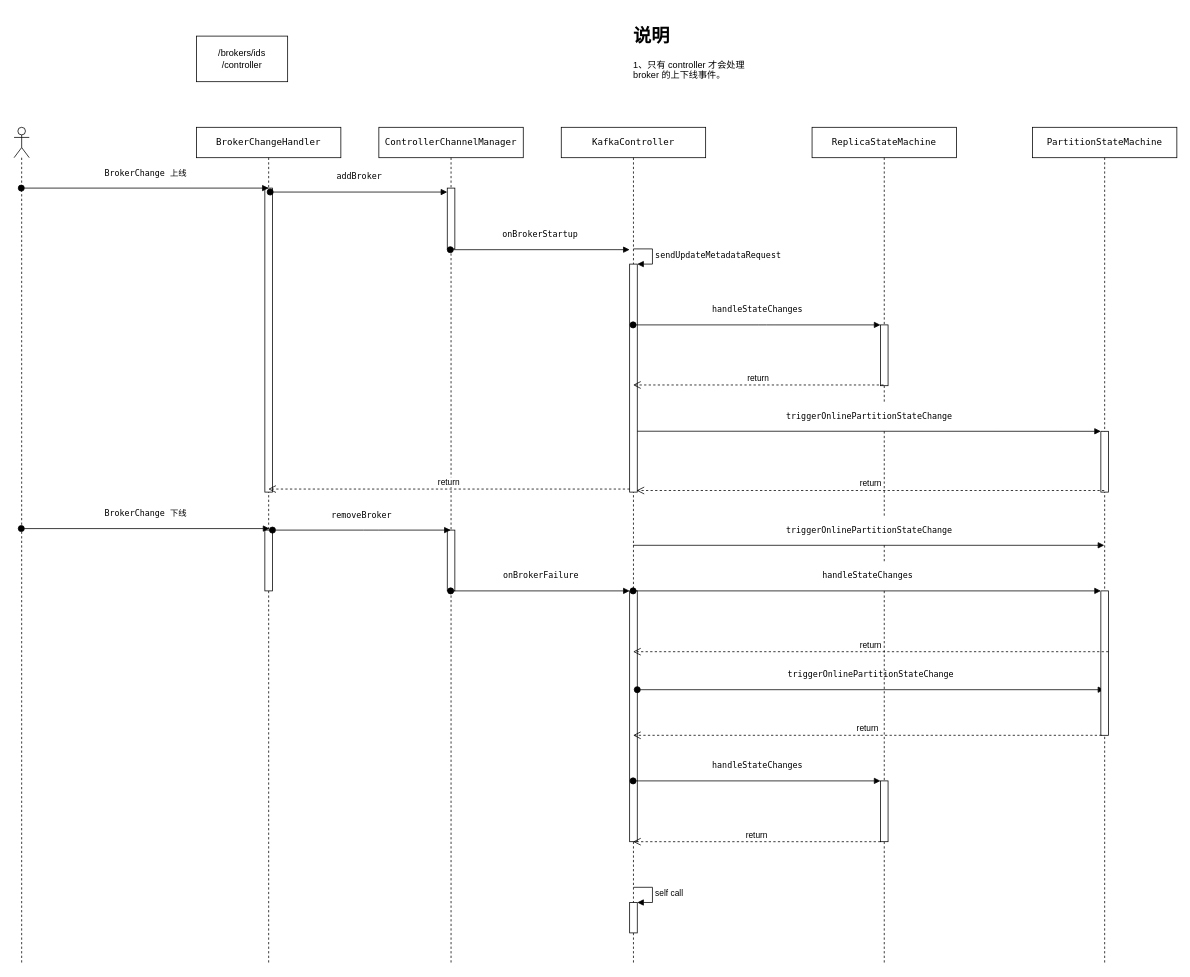
This is page "Broker 上下线" (4 of 4) of kafka_controller.drawio from chuyuqiao/gogogo, a draw.io file, before an edit. Source tidied: cells renumbered, new cells numbered last; positions are measured from the earlier drawing's top-left corner, leaving out a move shared by most shapes. Both pictures are drawn from the tidied source at 76%, with x=0, y=0 at pixel (14, 21).
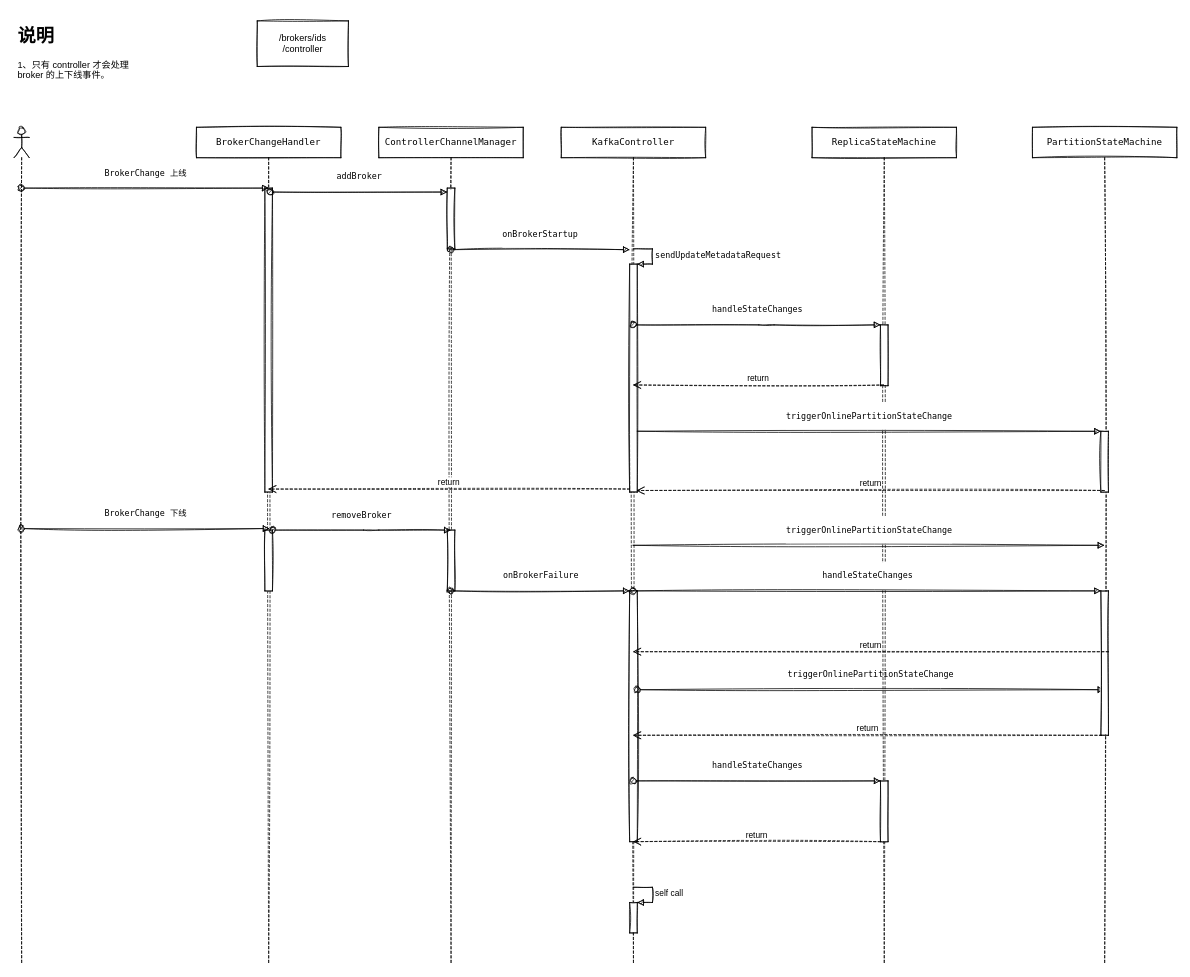
The same page after the edit.

The edit, as a diff of the source:
```diff
@@
-    <mxCell id="2" value="/brokers/ids&lt;br&gt;/controller" style="rounded=0;whiteSpace=wrap;html=1;" parent="1" vertex="1">
-      <mxGeometry x="240" y="20" width="120" height="60" as="geometry" />
+    <mxCell id="2" value="/brokers/ids&lt;br&gt;/controller" style="rounded=0;whiteSpace=wrap;html=1;sketch=1;" parent="1" vertex="1">
+      <mxGeometry x="320" width="120" height="60" as="geometry" />
     </mxCell>
-    <mxCell id="3" value="&lt;h1&gt;说明&lt;/h1&gt;&lt;p&gt;1、只有 controller 才会处理 broker 的上下线事件。&lt;/p&gt;" style="text;html=1;strokeColor=none;fillColor=none;spacing=5;spacingTop=-20;whiteSpace=wrap;overflow=hidden;rounded=0;" parent="1" vertex="1">
-      <mxGeometry x="810" width="190" height="120" as="geometry" />
+    <mxCell id="3" value="&lt;h1&gt;说明&lt;/h1&gt;&lt;p&gt;1、只有 controller 才会处理 broker 的上下线事件。&lt;/p&gt;" style="text;html=1;strokeColor=none;fillColor=none;spacing=5;spacingTop=-20;whiteSpace=wrap;overflow=hidden;rounded=0;sketch=1;" parent="1" vertex="1">
+      <mxGeometry width="190" height="120" as="geometry" />
     </mxCell>
-    <mxCell id="4" value="&lt;span style=&quot;background-color: rgb(255 , 255 , 255) ; font-family: &amp;#34;menlo&amp;#34;&quot;&gt;ControllerChannelManager&lt;/span&gt;" style="shape=umlLifeline;perimeter=lifelinePerimeter;whiteSpace=wrap;html=1;outlineConnect=0;sketch=0;" parent="1" vertex="1">
+    <mxCell id="4" value="&lt;span style=&quot;background-color: rgb(255 , 255 , 255) ; font-family: &amp;#34;menlo&amp;#34;&quot;&gt;ControllerChannelManager&lt;/span&gt;" style="shape=umlLifeline;perimeter=lifelinePerimeter;whiteSpace=wrap;html=1;outlineConnect=0;sketch=1;" parent="1" vertex="1">
       <mxGeometry x="480" y="140" width="190" height="1100" as="geometry" />
     </mxCell>
-    <mxCell id="5" value="&lt;pre style=&quot;background-color: rgb(255 , 255 , 255) ; font-family: &amp;#34;menlo&amp;#34;&quot;&gt;&lt;br&gt;&lt;/pre&gt;" style="html=1;points=[];perimeter=orthogonalPerimeter;sketch=0;" parent="4" vertex="1">
+    <mxCell id="5" value="&lt;pre style=&quot;background-color: rgb(255 , 255 , 255) ; font-family: &amp;#34;menlo&amp;#34;&quot;&gt;&lt;br&gt;&lt;/pre&gt;" style="html=1;points=[];perimeter=orthogonalPerimeter;sketch=1;" parent="4" vertex="1">
       <mxGeometry x="90" y="80" width="10" height="80" as="geometry" />
     </mxCell>
-    <mxCell id="6" style="html=1;perimeter=orthogonalPerimeter;" parent="4" vertex="1">
+    <mxCell id="6" style="html=1;perimeter=orthogonalPerimeter;sketch=1;" parent="4" vertex="1">
       <mxGeometry x="90" y="530" width="10" height="80" as="geometry" />
     </mxCell>
-    <mxCell id="7" value="&lt;pre style=&quot;background-color: rgb(255 , 255 , 255) ; font-family: &amp;#34;menlo&amp;#34;&quot;&gt;BrokerChangeHandler&lt;/pre&gt;" style="shape=umlLifeline;perimeter=lifelinePerimeter;whiteSpace=wrap;html=1;outlineConnect=0;sketch=0;" parent="1" vertex="1">
+    <mxCell id="7" value="&lt;pre style=&quot;background-color: rgb(255 , 255 , 255) ; font-family: &amp;#34;menlo&amp;#34;&quot;&gt;BrokerChangeHandler&lt;/pre&gt;" style="shape=umlLifeline;perimeter=lifelinePerimeter;whiteSpace=wrap;html=1;outlineConnect=0;sketch=1;" parent="1" vertex="1">
       <mxGeometry x="240" y="140" width="190" height="1100" as="geometry" />
     </mxCell>
-    <mxCell id="8" style="html=1;points=[];perimeter=orthogonalPerimeter;sketch=0;" parent="7" vertex="1">
+    <mxCell id="8" style="html=1;points=[];perimeter=orthogonalPerimeter;sketch=1;" parent="7" vertex="1">
       <mxGeometry x="90" y="80" width="10" height="400" as="geometry" />
     </mxCell>
-    <mxCell id="9" style="html=1;points=[];perimeter=orthogonalPerimeter;" parent="7" vertex="1">
+    <mxCell id="9" style="html=1;points=[];perimeter=orthogonalPerimeter;sketch=1;" parent="7" vertex="1">
       <mxGeometry x="90" y="530" width="10" height="80" as="geometry" />
     </mxCell>
-    <mxCell id="10" value="&lt;pre&gt;&lt;pre style=&quot;font-family: &amp;#34;menlo&amp;#34;&quot;&gt;addBroker&lt;/pre&gt;&lt;/pre&gt;" style="html=1;verticalAlign=bottom;startArrow=oval;endArrow=block;startSize=8;exitX=0.7;exitY=0.013;exitDx=0;exitDy=0;exitPerimeter=0;sketch=0;" parent="1" edge="1" source="8" target="5">
+    <mxCell id="10" value="&lt;pre&gt;&lt;pre style=&quot;font-family: &amp;#34;menlo&amp;#34;&quot;&gt;addBroker&lt;/pre&gt;&lt;/pre&gt;" style="html=1;verticalAlign=bottom;startArrow=oval;endArrow=block;startSize=8;exitX=0.7;exitY=0.013;exitDx=0;exitDy=0;exitPerimeter=0;sketch=1;" parent="1" edge="1" source="8" target="5">
       <mxGeometry relative="1" as="geometry" />
     </mxCell>
-    <mxCell id="11" value="&lt;span style=&quot;background-color: rgb(255 , 255 , 255) ; font-family: &amp;#34;menlo&amp;#34;&quot;&gt;KafkaController&lt;/span&gt;" style="shape=umlLifeline;perimeter=lifelinePerimeter;whiteSpace=wrap;html=1;outlineConnect=0;sketch=0;" parent="1" vertex="1">
+    <mxCell id="11" value="&lt;span style=&quot;background-color: rgb(255 , 255 , 255) ; font-family: &amp;#34;menlo&amp;#34;&quot;&gt;KafkaController&lt;/span&gt;" style="shape=umlLifeline;perimeter=lifelinePerimeter;whiteSpace=wrap;html=1;outlineConnect=0;sketch=1;" parent="1" vertex="1">
       <mxGeometry x="720" y="140" width="190" height="1100" as="geometry" />
     </mxCell>
-    <mxCell id="12" style="html=1;points=[];perimeter=orthogonalPerimeter;sketch=0;" parent="11" vertex="1">
+    <mxCell id="12" style="html=1;points=[];perimeter=orthogonalPerimeter;sketch=1;" parent="11" vertex="1">
       <mxGeometry x="90" y="180" width="10" height="300" as="geometry" />
     </mxCell>
-    <mxCell id="13" value="&lt;pre style=&quot;font-family: &amp;#34;menlo&amp;#34;&quot;&gt;sendUpdateMetadataRequest&lt;/pre&gt;" style="edgeStyle=orthogonalEdgeStyle;html=1;align=left;spacingLeft=2;endArrow=block;rounded=0;entryX=1;entryY=0;sketch=0;" parent="11" edge="1" target="12">
+    <mxCell id="13" value="&lt;pre style=&quot;font-family: &amp;#34;menlo&amp;#34;&quot;&gt;sendUpdateMetadataRequest&lt;/pre&gt;" style="edgeStyle=orthogonalEdgeStyle;html=1;align=left;spacingLeft=2;endArrow=block;rounded=0;entryX=1;entryY=0;sketch=1;" parent="11" edge="1" target="12">
       <mxGeometry relative="1" as="geometry">
         <mxPoint x="95" y="160" as="sourcePoint" />
         <Array as="points">
           <mxPoint x="120" y="160" />
         </Array>
       </mxGeometry>
     </mxCell>
-    <mxCell id="14" style="html=1;points=[];perimeter=orthogonalPerimeter;" parent="11" vertex="1">
+    <mxCell id="14" style="html=1;points=[];perimeter=orthogonalPerimeter;sketch=1;" parent="11" vertex="1">
       <mxGeometry x="90" y="610" width="10" height="330" as="geometry" />
     </mxCell>
-    <mxCell id="15" value="&lt;pre style=&quot;font-family: &amp;#34;menlo&amp;#34;&quot;&gt;triggerOnlinePartitionStateChange&lt;/pre&gt;" style="html=1;verticalAlign=bottom;startArrow=oval;startFill=1;endArrow=block;startSize=8;" parent="11" edge="1" target="23">
+    <mxCell id="15" value="&lt;pre style=&quot;font-family: &amp;#34;menlo&amp;#34;&quot;&gt;triggerOnlinePartitionStateChange&lt;/pre&gt;" style="html=1;verticalAlign=bottom;startArrow=oval;startFill=1;endArrow=block;startSize=8;sketch=1;" parent="11" edge="1" target="23">
       <mxGeometry relative="1" as="geometry">
         <mxPoint x="100" y="740" as="sourcePoint" />
       </mxGeometry>
     </mxCell>
-    <mxCell id="16" style="html=1;points=[];perimeter=orthogonalPerimeter;" parent="11" vertex="1">
+    <mxCell id="16" style="html=1;points=[];perimeter=orthogonalPerimeter;sketch=1;" parent="11" vertex="1">
       <mxGeometry x="90" y="1020" width="10" height="40" as="geometry" />
     </mxCell>
-    <mxCell id="17" value="self call" style="edgeStyle=orthogonalEdgeStyle;html=1;align=left;spacingLeft=2;endArrow=block;rounded=0;entryX=1;entryY=0;" parent="11" edge="1" target="16">
+    <mxCell id="17" value="self call" style="edgeStyle=orthogonalEdgeStyle;html=1;align=left;spacingLeft=2;endArrow=block;rounded=0;entryX=1;entryY=0;sketch=1;" parent="11" edge="1" target="16">
       <mxGeometry relative="1" as="geometry">
         <mxPoint x="95" y="1000" as="sourcePoint" />
         <Array as="points">
           <mxPoint x="120" y="1000" />
         </Array>
       </mxGeometry>
     </mxCell>
-    <mxCell id="18" value="&lt;pre style=&quot;font-family: &amp;#34;menlo&amp;#34;&quot;&gt;onBrokerStartup&lt;/pre&gt;" style="html=1;verticalAlign=bottom;startArrow=oval;endArrow=block;startSize=8;exitX=0.4;exitY=1.013;exitDx=0;exitDy=0;exitPerimeter=0;sketch=0;" parent="1" edge="1" source="5">
+    <mxCell id="18" value="&lt;pre style=&quot;font-family: &amp;#34;menlo&amp;#34;&quot;&gt;onBrokerStartup&lt;/pre&gt;" style="html=1;verticalAlign=bottom;startArrow=oval;endArrow=block;startSize=8;exitX=0.4;exitY=1.013;exitDx=0;exitDy=0;exitPerimeter=0;sketch=1;" parent="1" edge="1" source="5">
       <mxGeometry relative="1" as="geometry">
         <mxPoint x="810" y="301" as="targetPoint" />
       </mxGeometry>
     </mxCell>
-    <mxCell id="19" value="&lt;span style=&quot;background-color: rgb(255 , 255 , 255) ; font-family: &amp;#34;menlo&amp;#34;&quot;&gt;ReplicaStateMachine&lt;/span&gt;" style="shape=umlLifeline;perimeter=lifelinePerimeter;whiteSpace=wrap;html=1;sketch=0;" parent="1" vertex="1">
+    <mxCell id="19" value="&lt;span style=&quot;background-color: rgb(255 , 255 , 255) ; font-family: &amp;#34;menlo&amp;#34;&quot;&gt;ReplicaStateMachine&lt;/span&gt;" style="shape=umlLifeline;perimeter=lifelinePerimeter;whiteSpace=wrap;html=1;sketch=1;" parent="1" vertex="1">
       <mxGeometry x="1050" y="140" width="190" height="1100" as="geometry" />
     </mxCell>
-    <mxCell id="20" style="html=1;points=[];perimeter=orthogonalPerimeter;sketch=0;" parent="19" vertex="1">
+    <mxCell id="20" style="html=1;points=[];perimeter=orthogonalPerimeter;sketch=1;" parent="19" vertex="1">
       <mxGeometry x="90" y="260" width="10" height="80" as="geometry" />
     </mxCell>
-    <mxCell id="21" style="html=1;points=[];perimeter=orthogonalPerimeter;" parent="19" vertex="1">
+    <mxCell id="21" style="html=1;points=[];perimeter=orthogonalPerimeter;sketch=1;" parent="19" vertex="1">
       <mxGeometry x="90" y="860" width="10" height="80" as="geometry" />
     </mxCell>
-    <mxCell id="22" value="return" style="html=1;verticalAlign=bottom;endArrow=open;dashed=1;endSize=8;" parent="19" edge="1" target="11">
+    <mxCell id="22" value="return" style="html=1;verticalAlign=bottom;endArrow=open;dashed=1;endSize=8;sketch=1;" parent="19" edge="1" target="11">
       <mxGeometry relative="1" as="geometry">
         <mxPoint x="90" y="940" as="sourcePoint" />
       </mxGeometry>
     </mxCell>
-    <mxCell id="23" value="&lt;span style=&quot;background-color: rgb(255 , 255 , 255) ; font-family: &amp;#34;menlo&amp;#34;&quot;&gt;PartitionStateMachine&lt;/span&gt;" style="shape=umlLifeline;perimeter=lifelinePerimeter;whiteSpace=wrap;html=1;outlineConnect=0;sketch=0;" parent="1" vertex="1">
+    <mxCell id="23" value="&lt;span style=&quot;background-color: rgb(255 , 255 , 255) ; font-family: &amp;#34;menlo&amp;#34;&quot;&gt;PartitionStateMachine&lt;/span&gt;" style="shape=umlLifeline;perimeter=lifelinePerimeter;whiteSpace=wrap;html=1;outlineConnect=0;sketch=1;" parent="1" vertex="1">
       <mxGeometry x="1340" y="140" width="190" height="1100" as="geometry" />
     </mxCell>
-    <mxCell id="24" style="html=1;points=[];perimeter=orthogonalPerimeter;sketch=0;" parent="23" vertex="1">
+    <mxCell id="24" style="html=1;points=[];perimeter=orthogonalPerimeter;sketch=1;" parent="23" vertex="1">
       <mxGeometry x="90" y="400" width="10" height="80" as="geometry" />
     </mxCell>
-    <mxCell id="25" style="html=1;points=[];perimeter=orthogonalPerimeter;" parent="23" vertex="1">
+    <mxCell id="25" style="html=1;points=[];perimeter=orthogonalPerimeter;sketch=1;" parent="23" vertex="1">
       <mxGeometry x="90" y="610" width="10" height="190" as="geometry" />
     </mxCell>
-    <mxCell id="26" value="&lt;pre style=&quot;font-family: &amp;#34;menlo&amp;#34;&quot;&gt;handleStateChanges&lt;/pre&gt;" style="html=1;verticalAlign=bottom;startArrow=oval;endArrow=block;startSize=8;sketch=0;" parent="1" edge="1" source="11" target="20">
+    <mxCell id="26" value="&lt;pre style=&quot;font-family: &amp;#34;menlo&amp;#34;&quot;&gt;handleStateChanges&lt;/pre&gt;" style="html=1;verticalAlign=bottom;startArrow=oval;endArrow=block;startSize=8;sketch=1;" parent="1" edge="1" source="11" target="20">
       <mxGeometry relative="1" as="geometry">
         <Array as="points">
           <mxPoint x="990" y="400" />
         </Array>
       </mxGeometry>
     </mxCell>
-    <mxCell id="27" value="&lt;pre style=&quot;font-family: &amp;#34;menlo&amp;#34;&quot;&gt;triggerOnlinePartitionStateChange&lt;/pre&gt;" style="html=1;verticalAlign=bottom;endArrow=block;entryX=0;entryY=0;sketch=0;exitX=1;exitY=0.733;exitDx=0;exitDy=0;exitPerimeter=0;" parent="1" edge="1" source="12" target="24">
+    <mxCell id="27" value="&lt;pre style=&quot;font-family: &amp;#34;menlo&amp;#34;&quot;&gt;triggerOnlinePartitionStateChange&lt;/pre&gt;" style="html=1;verticalAlign=bottom;endArrow=block;entryX=0;entryY=0;sketch=1;exitX=1;exitY=0.733;exitDx=0;exitDy=0;exitPerimeter=0;" parent="1" edge="1" source="12" target="24">
       <mxGeometry relative="1" as="geometry" />
     </mxCell>
-    <mxCell id="28" value="return" style="html=1;verticalAlign=bottom;endArrow=open;dashed=1;endSize=8;sketch=0;" parent="1" edge="1" target="7">
+    <mxCell id="28" value="return" style="html=1;verticalAlign=bottom;endArrow=open;dashed=1;endSize=8;sketch=1;" parent="1" edge="1" target="7">
       <mxGeometry relative="1" as="geometry">
         <mxPoint x="810" y="616" as="sourcePoint" />
       </mxGeometry>
     </mxCell>
-    <mxCell id="29" style="shape=umlLifeline;participant=umlActor;perimeter=lifelinePerimeter;whiteSpace=wrap;html=1;verticalAlign=top;spacingTop=36;outlineConnect=0;" parent="1" vertex="1">
+    <mxCell id="29" style="shape=umlLifeline;participant=umlActor;perimeter=lifelinePerimeter;whiteSpace=wrap;html=1;verticalAlign=top;spacingTop=36;outlineConnect=0;sketch=1;" parent="1" vertex="1">
       <mxGeometry y="140" width="20" height="1100" as="geometry" />
     </mxCell>
-    <mxCell id="30" value="&lt;pre style=&quot;font-family: &amp;#34;menlo&amp;#34;&quot;&gt;BrokerChange 上线&lt;/pre&gt;" style="html=1;verticalAlign=bottom;startArrow=oval;startFill=1;endArrow=block;startSize=8;" parent="1" edge="1" source="29">
+    <mxCell id="30" value="&lt;pre style=&quot;font-family: &amp;#34;menlo&amp;#34;&quot;&gt;BrokerChange 上线&lt;/pre&gt;" style="html=1;verticalAlign=bottom;startArrow=oval;startFill=1;endArrow=block;startSize=8;sketch=1;" parent="1" edge="1" source="29">
       <mxGeometry relative="1" as="geometry">
         <mxPoint x="335" y="220" as="targetPoint" />
       </mxGeometry>
     </mxCell>
-    <mxCell id="31" value="&lt;pre style=&quot;font-family: &amp;#34;menlo&amp;#34;&quot;&gt;BrokerChange 下线&lt;/pre&gt;" style="html=1;verticalAlign=bottom;startArrow=oval;endArrow=block;startSize=8;entryX=0.6;entryY=-0.025;entryDx=0;entryDy=0;entryPerimeter=0;" parent="1" edge="1" source="29" target="9">
+    <mxCell id="31" value="&lt;pre style=&quot;font-family: &amp;#34;menlo&amp;#34;&quot;&gt;BrokerChange 下线&lt;/pre&gt;" style="html=1;verticalAlign=bottom;startArrow=oval;endArrow=block;startSize=8;entryX=0.6;entryY=-0.025;entryDx=0;entryDy=0;entryPerimeter=0;sketch=1;" parent="1" edge="1" source="29" target="9">
       <mxGeometry relative="1" as="geometry" />
     </mxCell>
-    <mxCell id="32" value="&lt;pre style=&quot;font-family: &amp;#34;menlo&amp;#34;&quot;&gt;removeBroker&lt;/pre&gt;" style="html=1;verticalAlign=bottom;startArrow=oval;endArrow=block;startSize=8;" parent="1" edge="1" source="9" target="4">
+    <mxCell id="32" value="&lt;pre style=&quot;font-family: &amp;#34;menlo&amp;#34;&quot;&gt;removeBroker&lt;/pre&gt;" style="html=1;verticalAlign=bottom;startArrow=oval;endArrow=block;startSize=8;sketch=1;" parent="1" edge="1" source="9" target="4">
       <mxGeometry relative="1" as="geometry">
         <Array as="points">
           <mxPoint x="470" y="670" />
         </Array>
       </mxGeometry>
     </mxCell>
-    <mxCell id="33" value="&lt;pre style=&quot;font-family: &amp;#34;menlo&amp;#34;&quot;&gt;onBrokerFailure&lt;/pre&gt;" style="html=1;verticalAlign=bottom;startArrow=oval;endArrow=block;startSize=8;" parent="1" edge="1" source="4" target="14">
+    <mxCell id="33" value="&lt;pre style=&quot;font-family: &amp;#34;menlo&amp;#34;&quot;&gt;onBrokerFailure&lt;/pre&gt;" style="html=1;verticalAlign=bottom;startArrow=oval;endArrow=block;startSize=8;sketch=1;" parent="1" edge="1" source="4" target="14">
       <mxGeometry relative="1" as="geometry" />
     </mxCell>
-    <mxCell id="34" value="&lt;pre style=&quot;font-family: &amp;#34;menlo&amp;#34;&quot;&gt;handleStateChanges&lt;/pre&gt;" style="html=1;verticalAlign=bottom;startArrow=oval;endArrow=block;startSize=8;" parent="1" edge="1" source="11" target="25">
+    <mxCell id="34" value="&lt;pre style=&quot;font-family: &amp;#34;menlo&amp;#34;&quot;&gt;handleStateChanges&lt;/pre&gt;" style="html=1;verticalAlign=bottom;startArrow=oval;endArrow=block;startSize=8;sketch=1;" parent="1" edge="1" source="11" target="25">
       <mxGeometry relative="1" as="geometry" />
     </mxCell>
-    <mxCell id="35" value="return" style="html=1;verticalAlign=bottom;endArrow=open;dashed=1;endSize=8;exitX=0;exitY=0.95;" parent="1" edge="1" target="11">
+    <mxCell id="35" value="return" style="html=1;verticalAlign=bottom;endArrow=open;dashed=1;endSize=8;exitX=0;exitY=0.95;sketch=1;" parent="1" edge="1" target="11">
       <mxGeometry relative="1" as="geometry">
         <mxPoint x="1440" y="830" as="sourcePoint" />
       </mxGeometry>
     </mxCell>
-    <mxCell id="36" value="&lt;pre style=&quot;font-family: &amp;#34;menlo&amp;#34;&quot;&gt;triggerOnlinePartitionStateChange&lt;/pre&gt;" style="html=1;verticalAlign=bottom;endArrow=block;" parent="1" edge="1" source="11" target="23">
+    <mxCell id="36" value="&lt;pre style=&quot;font-family: &amp;#34;menlo&amp;#34;&quot;&gt;triggerOnlinePartitionStateChange&lt;/pre&gt;" style="html=1;verticalAlign=bottom;endArrow=block;sketch=1;" parent="1" edge="1" source="11" target="23">
       <mxGeometry relative="1" as="geometry" />
     </mxCell>
-    <mxCell id="37" value="return" style="html=1;verticalAlign=bottom;endArrow=open;dashed=1;endSize=8;exitX=0.1;exitY=1;exitDx=0;exitDy=0;exitPerimeter=0;" parent="1" edge="1" source="25" target="11">
+    <mxCell id="37" value="return" style="html=1;verticalAlign=bottom;endArrow=open;dashed=1;endSize=8;exitX=0.1;exitY=1;exitDx=0;exitDy=0;exitPerimeter=0;sketch=1;" parent="1" edge="1" source="25" target="11">
       <mxGeometry relative="1" as="geometry" />
     </mxCell>
-    <mxCell id="38" value="&lt;pre style=&quot;font-family: &amp;#34;menlo&amp;#34;&quot;&gt;handleStateChanges&lt;/pre&gt;" style="html=1;verticalAlign=bottom;startArrow=oval;endArrow=block;startSize=8;" parent="1" edge="1" source="11" target="21">
+    <mxCell id="38" value="&lt;pre style=&quot;font-family: &amp;#34;menlo&amp;#34;&quot;&gt;handleStateChanges&lt;/pre&gt;" style="html=1;verticalAlign=bottom;startArrow=oval;endArrow=block;startSize=8;sketch=1;" parent="1" edge="1" source="11" target="21">
       <mxGeometry relative="1" as="geometry" />
     </mxCell>
-    <mxCell id="39" value="return" style="html=1;verticalAlign=bottom;endArrow=open;dashed=1;endSize=8;exitX=0.4;exitY=0.988;exitDx=0;exitDy=0;exitPerimeter=0;" parent="1" edge="1" source="20" target="11">
+    <mxCell id="39" value="return" style="html=1;verticalAlign=bottom;endArrow=open;dashed=1;endSize=8;exitX=0.4;exitY=0.988;exitDx=0;exitDy=0;exitPerimeter=0;sketch=1;" parent="1" edge="1" source="20" target="11">
       <mxGeometry relative="1" as="geometry" />
     </mxCell>
-    <mxCell id="40" value="return" style="html=1;verticalAlign=bottom;endArrow=open;dashed=1;endSize=8;entryX=0.9;entryY=0.993;entryDx=0;entryDy=0;entryPerimeter=0;" parent="1" edge="1" source="23" target="12">
+    <mxCell id="40" value="return" style="html=1;verticalAlign=bottom;endArrow=open;dashed=1;endSize=8;entryX=0.9;entryY=0.993;entryDx=0;entryDy=0;entryPerimeter=0;sketch=1;" parent="1" edge="1" source="23" target="12">
       <mxGeometry relative="1" as="geometry" />
     </mxCell>
```
